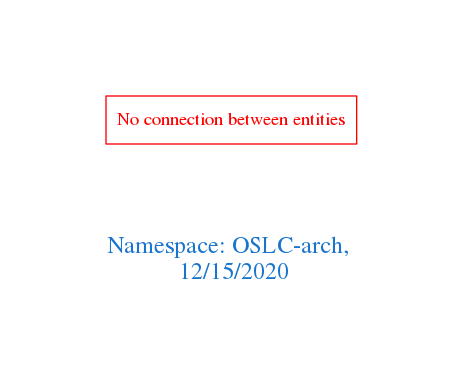
Earlier version of the Graphviz export downloads/OSLC-arch.png (arago/OGIT). Its source is kept beside it as downloads/OSLC-arch.dot.
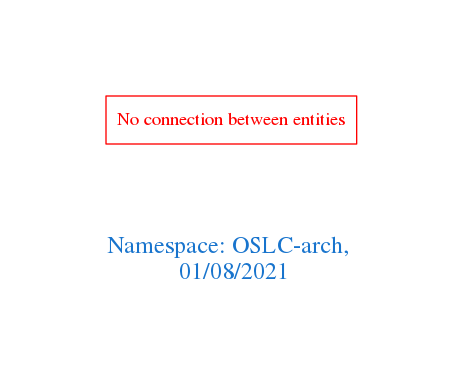
After the commit.

Diff of the diagram source:
```diff
@@ -1,7 +1,7 @@
 digraph OGIT_ontology {
  graph [ rankdir= LR,pad=1
 fontsize = 18,
-fontcolor= dodgerblue3,label = "\n\n\nNamespace: OSLC-arch, \n 12/15/2020"];
+fontcolor= dodgerblue3,label = "\n\n\nNamespace: OSLC-arch, \n 01/08/2021"];
 node[shape=polygon];
 edge [  color="gray81"];
 
```
